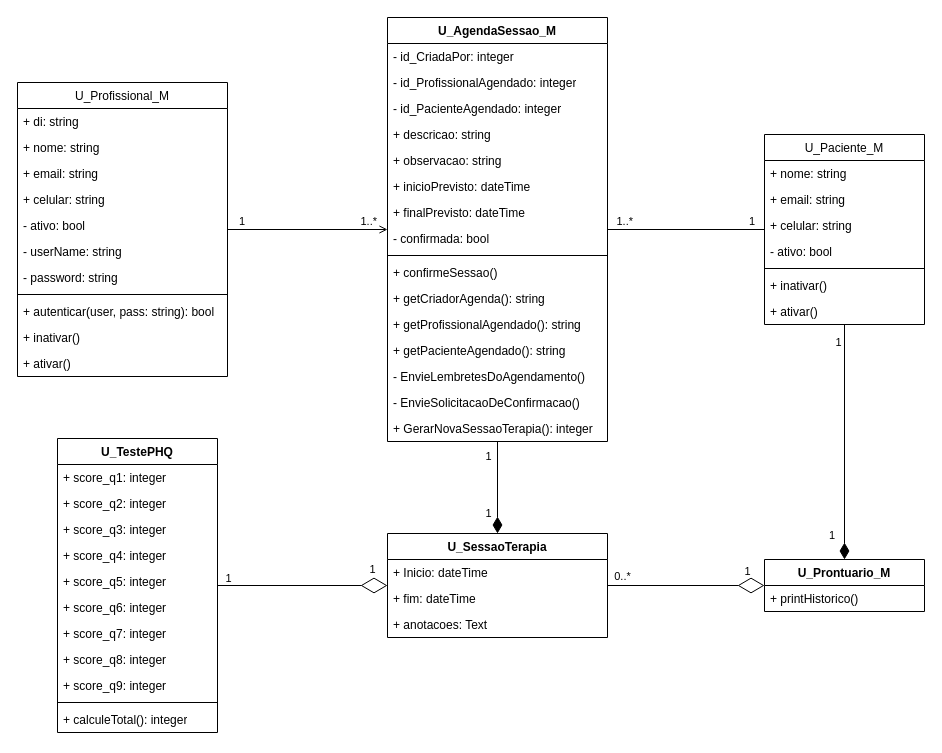
The draw.io diagram SGCP Diagrama de classes.drawio in samaronesalles/SGCP, before the edit. Source tidied: cells renumbered, new cells numbered last; positions are measured from the earlier drawing's top-left corner, leaving out a move shared by most shapes. Both pictures are drawn from the tidied source at 100%, with x=0, y=0 at pixel (17, 17).
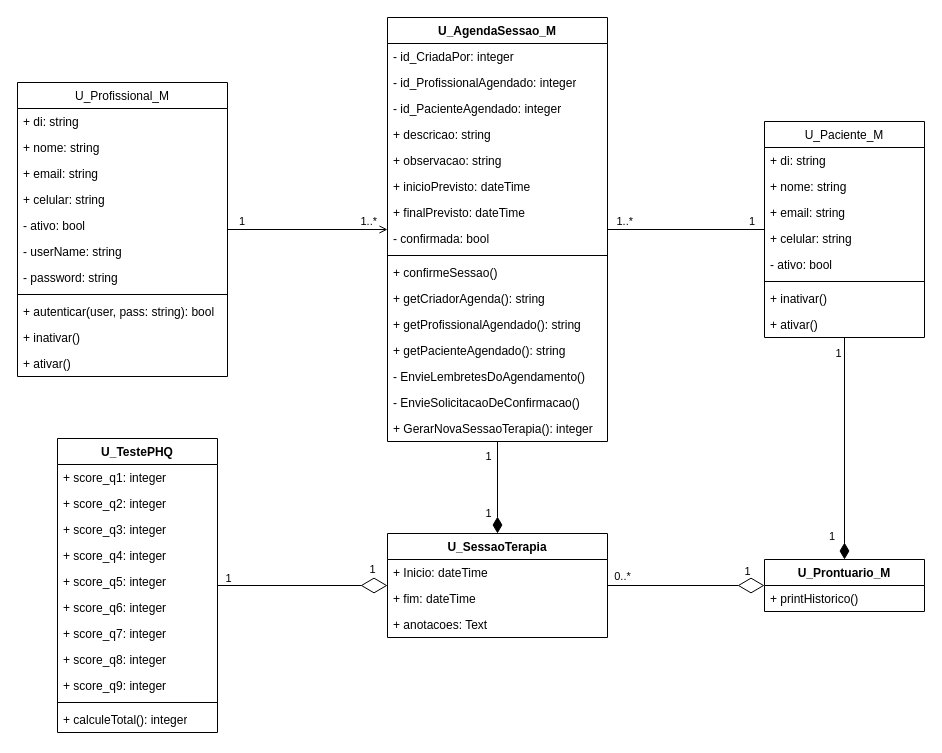
After the change.

Commit message (it also covers changes not shown here):
[*] Correção do horário de início do atendimento

The edit, as a diff of the source:
```diff
@@
     <mxCell id="14" value="&lt;span style=&quot;font-weight: 400;&quot;&gt;U_Paciente_M&lt;/span&gt;" style="swimlane;fontStyle=1;align=center;verticalAlign=top;horizontal=1;startSize=26;whiteSpace=wrap;html=1;" parent="1" vertex="1">
-      <mxGeometry x="747" y="117" width="160" height="190" as="geometry" />
+      <mxGeometry x="747" y="104" width="160" height="216" as="geometry" />
     </mxCell>
+    <mxCell id="74" value="+ di: string" style="text;strokeColor=none;fillColor=none;align=left;verticalAlign=top;spacingLeft=4;spacingRight=4;overflow=hidden;whiteSpace=wrap;html=1;" parent="14" vertex="1">
+      <mxGeometry y="26" width="160" height="26" as="geometry" />
+    </mxCell>
     <mxCell id="15" value="+ nome: string" style="text;strokeColor=none;fillColor=none;align=left;verticalAlign=top;spacingLeft=4;spacingRight=4;overflow=hidden;whiteSpace=wrap;html=1;" parent="14" vertex="1">
-      <mxGeometry y="26" width="160" height="26" as="geometry" />
+      <mxGeometry y="52" width="160" height="26" as="geometry" />
     </mxCell>
     <mxCell id="16" value="+ email: string" style="text;strokeColor=none;fillColor=none;align=left;verticalAlign=top;spacingLeft=4;spacingRight=4;overflow=hidden;whiteSpace=wrap;html=1;" parent="14" vertex="1">
-      <mxGeometry y="52" width="160" height="26" as="geometry" />
+      <mxGeometry y="78" width="160" height="26" as="geometry" />
     </mxCell>
     <mxCell id="17" value="+ celular: string" style="text;strokeColor=none;fillColor=none;align=left;verticalAlign=top;spacingLeft=4;spacingRight=4;overflow=hidden;whiteSpace=wrap;html=1;" parent="14" vertex="1">
-      <mxGeometry y="78" width="160" height="26" as="geometry" />
+      <mxGeometry y="104" width="160" height="26" as="geometry" />
     </mxCell>
     <mxCell id="18" value="- ativo: bool" style="text;strokeColor=none;fillColor=none;align=left;verticalAlign=top;spacingLeft=4;spacingRight=4;overflow=hidden;whiteSpace=wrap;html=1;" parent="14" vertex="1">
-      <mxGeometry y="104" width="160" height="26" as="geometry" />
+      <mxGeometry y="130" width="160" height="26" as="geometry" />
     </mxCell>
     <mxCell id="19" style="line;strokeWidth=1;fillColor=none;align=left;verticalAlign=middle;spacingTop=-1;spacingLeft=3;spacingRight=3;labelPosition=right;strokeColor=inherit;" parent="14" vertex="1">
-      <mxGeometry y="130" width="160" height="8" as="geometry" />
+      <mxGeometry y="156" width="160" height="8" as="geometry" />
     </mxCell>
     <mxCell id="20" value="+ inativar()" style="text;strokeColor=none;fillColor=none;align=left;verticalAlign=top;spacingLeft=4;spacingRight=4;overflow=hidden;whiteSpace=wrap;html=1;" parent="14" vertex="1">
-      <mxGeometry y="138" width="160" height="26" as="geometry" />
+      <mxGeometry y="164" width="160" height="26" as="geometry" />
     </mxCell>
     <mxCell id="21" value="+ ativar()" style="text;strokeColor=none;fillColor=none;align=left;verticalAlign=top;spacingLeft=4;spacingRight=4;overflow=hidden;whiteSpace=wrap;html=1;" parent="14" vertex="1">
-      <mxGeometry y="164" width="160" height="26" as="geometry" />
+      <mxGeometry y="190" width="160" height="26" as="geometry" />
     </mxCell>
```
